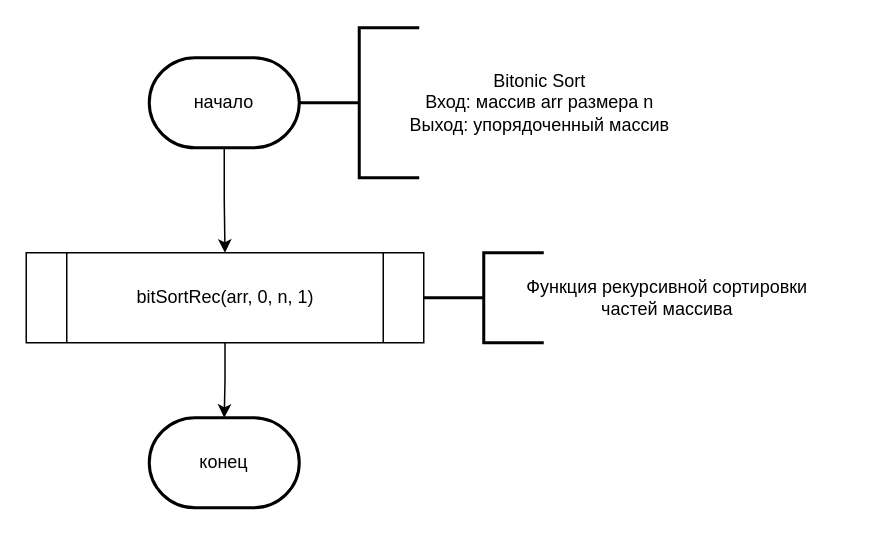
ZenyaKonyaev/algorithm-analysis-course keeps this draw.io diagram as page "bitonic_1" (6 of 8) of lab_03/docs/diagrams/diagram.drawio. Above is the earlier version. Source tidied: cells renumbered, new cells numbered last; positions are measured from the earlier drawing's top-left corner, leaving out a move shared by most shapes. Both pictures are drawn from the tidied source at 150%, with x=0, y=0 at pixel (26, 27).
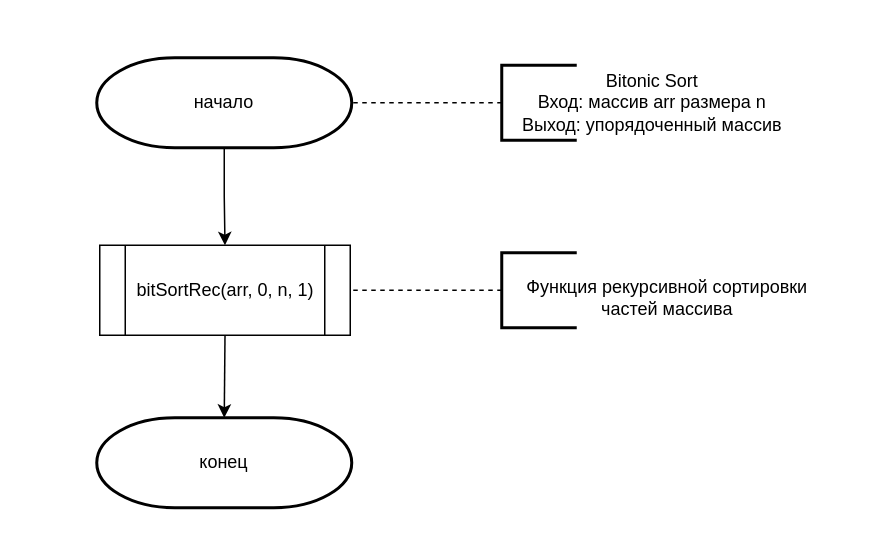
After the change.

Diff of the diagram source:
```diff
@@
 <mxGraphModel>
   <root>
     <mxCell id="0" />
     <mxCell id="1" parent="0" />
     <mxCell id="2" style="edgeStyle=orthogonalEdgeStyle;rounded=0;jettySize=auto;html=1;exitX=0.5;exitY=1;exitDx=0;exitDy=0;exitPerimeter=0;endArrow=classic;endFill=1;entryX=0.5;entryY=0;entryDx=0;entryDy=0;" parent="1" edge="1" source="3" target="5">
       <mxGeometry relative="1" as="geometry" />
     </mxCell>
     <mxCell id="3" value="начало" style="strokeWidth=2;html=1;shape=mxgraph.flowchart.terminator;whiteSpace=wrap;" parent="1" vertex="1">
-      <mxGeometry x="82" y="20" width="100" height="60" as="geometry" />
+      <mxGeometry x="47" y="20" width="170" height="60" as="geometry" />
     </mxCell>
-    <mxCell id="4" style="edgeStyle=orthogonalEdgeStyle;rounded=0;jettySize=auto;html=1;exitX=0.5;exitY=1;exitDx=0;exitDy=0;entryX=0.5;entryY=0;entryDx=0;entryDy=0;entryPerimeter=0;endArrow=classic;endFill=1;" parent="1" edge="1" source="5" target="8">
-      <mxGeometry relative="1" as="geometry" />
+    <mxCell id="4" style="edgeStyle=orthogonalEdgeStyle;rounded=0;jettySize=auto;html=1;exitX=0.5;exitY=1;exitDx=0;exitDy=0;entryX=0.5;entryY=0;entryDx=0;entryDy=0;entryPerimeter=0;endArrow=classic;endFill=1;" parent="1" edge="1" source="5">
+      <mxGeometry relative="1" as="geometry">
+        <mxPoint x="132" y="260" as="targetPoint" />
+      </mxGeometry>
     </mxCell>
     <mxCell id="5" value="bitSortRec(arr, 0, n, 1)" style="shape=process;whiteSpace=wrap;html=1;backgroundOutline=1;" parent="1" vertex="1">
-      <mxGeometry y="150" width="265" height="60" as="geometry" />
+      <mxGeometry x="49" y="145" width="167" height="60" as="geometry" />
     </mxCell>
-    <mxCell id="6" style="strokeWidth=2;html=1;shape=mxgraph.flowchart.annotation_2;align=left;labelPosition=right;" parent="1" vertex="1">
-      <mxGeometry x="182" width="80" height="100" as="geometry" />
-    </mxCell>
     <mxCell id="7" value="Bitonic Sort&lt;br&gt;Вход: массив arr размера n&lt;br&gt;Выход: упорядоченный массив" style="text;html=1;align=center;verticalAlign=middle;strokeColor=none;fillColor=none;" parent="1" vertex="1">
-      <mxGeometry x="232" y="20" width="220" height="60" as="geometry" />
+      <mxGeometry x="307" y="20" width="220" height="60" as="geometry" />
     </mxCell>
+    <mxCell id="10" value="Функция рекурсивной сортировки&lt;br&gt;частей массива" style="text;html=1;align=center;verticalAlign=middle;strokeColor=none;fillColor=none;" parent="1" vertex="1">
+      <mxGeometry x="307" y="160" width="240" height="40" as="geometry" />
+    </mxCell>
+    <mxCell id="11" style="edgeStyle=orthogonalEdgeStyle;rounded=0;jettySize=auto;html=1;exitX=0;exitY=0.5;exitDx=0;exitDy=0;exitPerimeter=0;entryX=1;entryY=0.5;entryDx=0;entryDy=0;dashed=1;endArrow=none;endFill=0;startSize=11;" parent="1" edge="1" source="12" target="5">
+      <mxGeometry relative="1" as="geometry" />
+    </mxCell>
+    <mxCell id="12" style="strokeWidth=2;html=1;shape=mxgraph.flowchart.annotation_1;align=left;" parent="1" vertex="1">
+      <mxGeometry x="317" y="150" width="50" height="50" as="geometry" />
+    </mxCell>
     <mxCell id="8" value="конец" style="strokeWidth=2;html=1;shape=mxgraph.flowchart.terminator;whiteSpace=wrap;" parent="1" vertex="1">
-      <mxGeometry x="82" y="260" width="100" height="60" as="geometry" />
+      <mxGeometry x="47" y="260" width="170" height="60" as="geometry" />
     </mxCell>
-    <mxCell id="9" style="strokeWidth=2;html=1;shape=mxgraph.flowchart.annotation_2;align=left;labelPosition=right;" parent="1" vertex="1">
-      <mxGeometry x="265" y="150" width="80" height="60" as="geometry" />
-    </mxCell>
-    <mxCell id="10" value="Функция рекурсивной сортировки&lt;br&gt;частей массива" style="text;html=1;align=center;verticalAlign=middle;strokeColor=none;fillColor=none;" parent="1" vertex="1">
-      <mxGeometry x="307" y="160" width="240" height="40" as="geometry" />
-    </mxCell>
+    <mxCell id="13" style="edgeStyle=orthogonalEdgeStyle;rounded=0;jettySize=auto;html=1;exitX=0;exitY=0.5;exitDx=0;exitDy=0;exitPerimeter=0;entryX=1;entryY=0.5;entryDx=0;entryDy=0;entryPerimeter=0;endArrow=none;endFill=0;startSize=11;dashed=1;" parent="1" edge="1" source="14" target="3">
+      <mxGeometry relative="1" as="geometry" />
+    </mxCell>
+    <mxCell id="14" style="strokeWidth=2;html=1;shape=mxgraph.flowchart.annotation_1;align=left;" parent="1" vertex="1">
+      <mxGeometry x="317" y="25" width="50" height="50" as="geometry" />
+    </mxCell>
   </root>
 </mxGraphModel>
```
